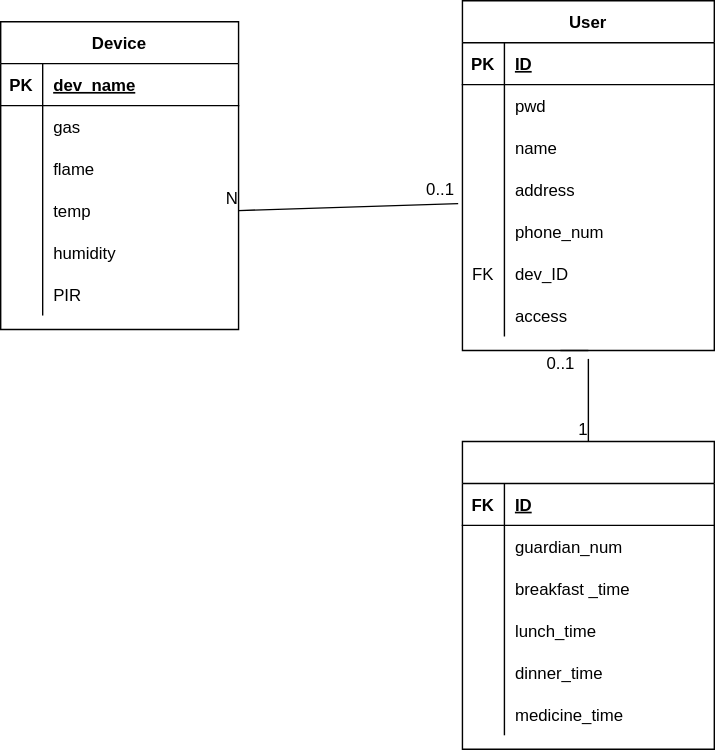
Before: Monitoring system Diagram.drawio.svg, a diagram exported from draw.io (obob1313/draw.io). Source tidied: cells renumbered, new cells last; positions are measured from the earlier drawing's top-left corner, leaving out a move shared by most shapes.
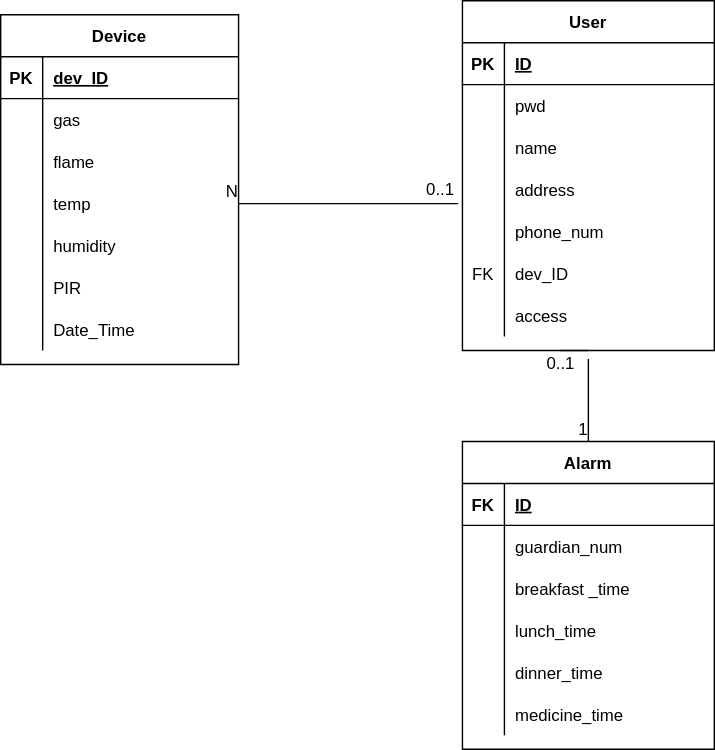
After the commit.

Change to the diagram source:
```diff
@@ -3,7 +3,7 @@
     <mxCell id="0" />
     <mxCell id="1" parent="0" />
     <mxCell id="2" value="Device" style="shape=table;startSize=30;rowLines=0;fontStyle=1;align=center;" parent="1" vertex="1">
-      <mxGeometry y="15" width="170" height="220" as="geometry" />
+      <mxGeometry y="10" width="170" height="250" as="geometry" />
     </mxCell>
     <mxCell id="3" style="shape=tableRow;horizontal=0;startSize=0;swimlaneHead=0;swimlaneBody=0;fillColor=none;top=0;left=0;right=0;bottom=1;" parent="2" vertex="1">
       <mxGeometry y="30" width="170" height="30" as="geometry" />
@@ -11,7 +11,7 @@
     <mxCell id="4" value="PK" style="shape=partialRectangle;fillColor=none;top=0;left=0;bottom=0;right=0;fontStyle=1;overflow=hidden;" parent="3" vertex="1">
       <mxGeometry width="30" height="30" as="geometry" />
     </mxCell>
-    <mxCell id="5" value="dev_name" style="shape=partialRectangle;fillColor=none;top=0;left=0;bottom=0;right=0;align=left;spacingLeft=6;fontStyle=5;overflow=hidden;" parent="3" vertex="1">
+    <mxCell id="5" value="dev_ID" style="shape=partialRectangle;fillColor=none;top=0;left=0;bottom=0;right=0;align=left;spacingLeft=6;fontStyle=5;overflow=hidden;" parent="3" vertex="1">
       <mxGeometry x="30" width="140" height="30" as="geometry" />
     </mxCell>
     <mxCell id="6" style="shape=tableRow;horizontal=0;startSize=0;swimlaneHead=0;swimlaneBody=0;fillColor=none;top=0;left=0;right=0;bottom=0;" parent="2" vertex="1">
@@ -59,6 +59,15 @@
     <mxCell id="20" value="PIR" style="shape=partialRectangle;fillColor=none;top=0;left=0;bottom=0;right=0;align=left;spacingLeft=6;overflow=hidden;" parent="18" vertex="1">
       <mxGeometry x="30" width="140" height="30" as="geometry" />
     </mxCell>
+    <mxCell id="69" style="shape=tableRow;horizontal=0;startSize=0;swimlaneHead=0;swimlaneBody=0;fillColor=none;top=0;left=0;right=0;bottom=0;" parent="2" vertex="1">
+      <mxGeometry y="210" width="170" height="30" as="geometry" />
+    </mxCell>
+    <mxCell id="70" style="shape=partialRectangle;fillColor=none;top=0;left=0;bottom=0;right=0;overflow=hidden;" parent="69" vertex="1">
+      <mxGeometry width="30" height="30" as="geometry" />
+    </mxCell>
+    <mxCell id="71" value="Date_Time" style="shape=partialRectangle;fillColor=none;top=0;left=0;bottom=0;right=0;align=left;spacingLeft=6;overflow=hidden;" parent="69" vertex="1">
+      <mxGeometry x="30" width="140" height="30" as="geometry" />
+    </mxCell>
     <mxCell id="21" value="User" style="shape=table;startSize=30;rowLines=0;fontStyle=1;align=center;" parent="1" vertex="1">
       <mxGeometry x="330" width="180" height="250" as="geometry" />
     </mxCell>
@@ -125,7 +134,7 @@
     <mxCell id="42" value="access" style="shape=partialRectangle;fillColor=none;top=0;left=0;bottom=0;right=0;align=left;spacingLeft=6;overflow=hidden;" parent="40" vertex="1">
       <mxGeometry x="30" width="150" height="30" as="geometry" />
     </mxCell>
-    <mxCell id="43" style="shape=table;startSize=30;rowLines=0;fontStyle=1;align=center;" parent="1" vertex="1">
+    <mxCell id="43" value="Alarm" style="shape=table;startSize=30;rowLines=0;fontStyle=1;align=center;" parent="1" vertex="1">
       <mxGeometry x="330" y="315" width="180" height="220" as="geometry" />
     </mxCell>
     <mxCell id="44" style="shape=tableRow;horizontal=0;startSize=0;swimlaneHead=0;swimlaneBody=0;fillColor=none;top=0;left=0;right=0;bottom=1;" parent="43" vertex="1">
```
